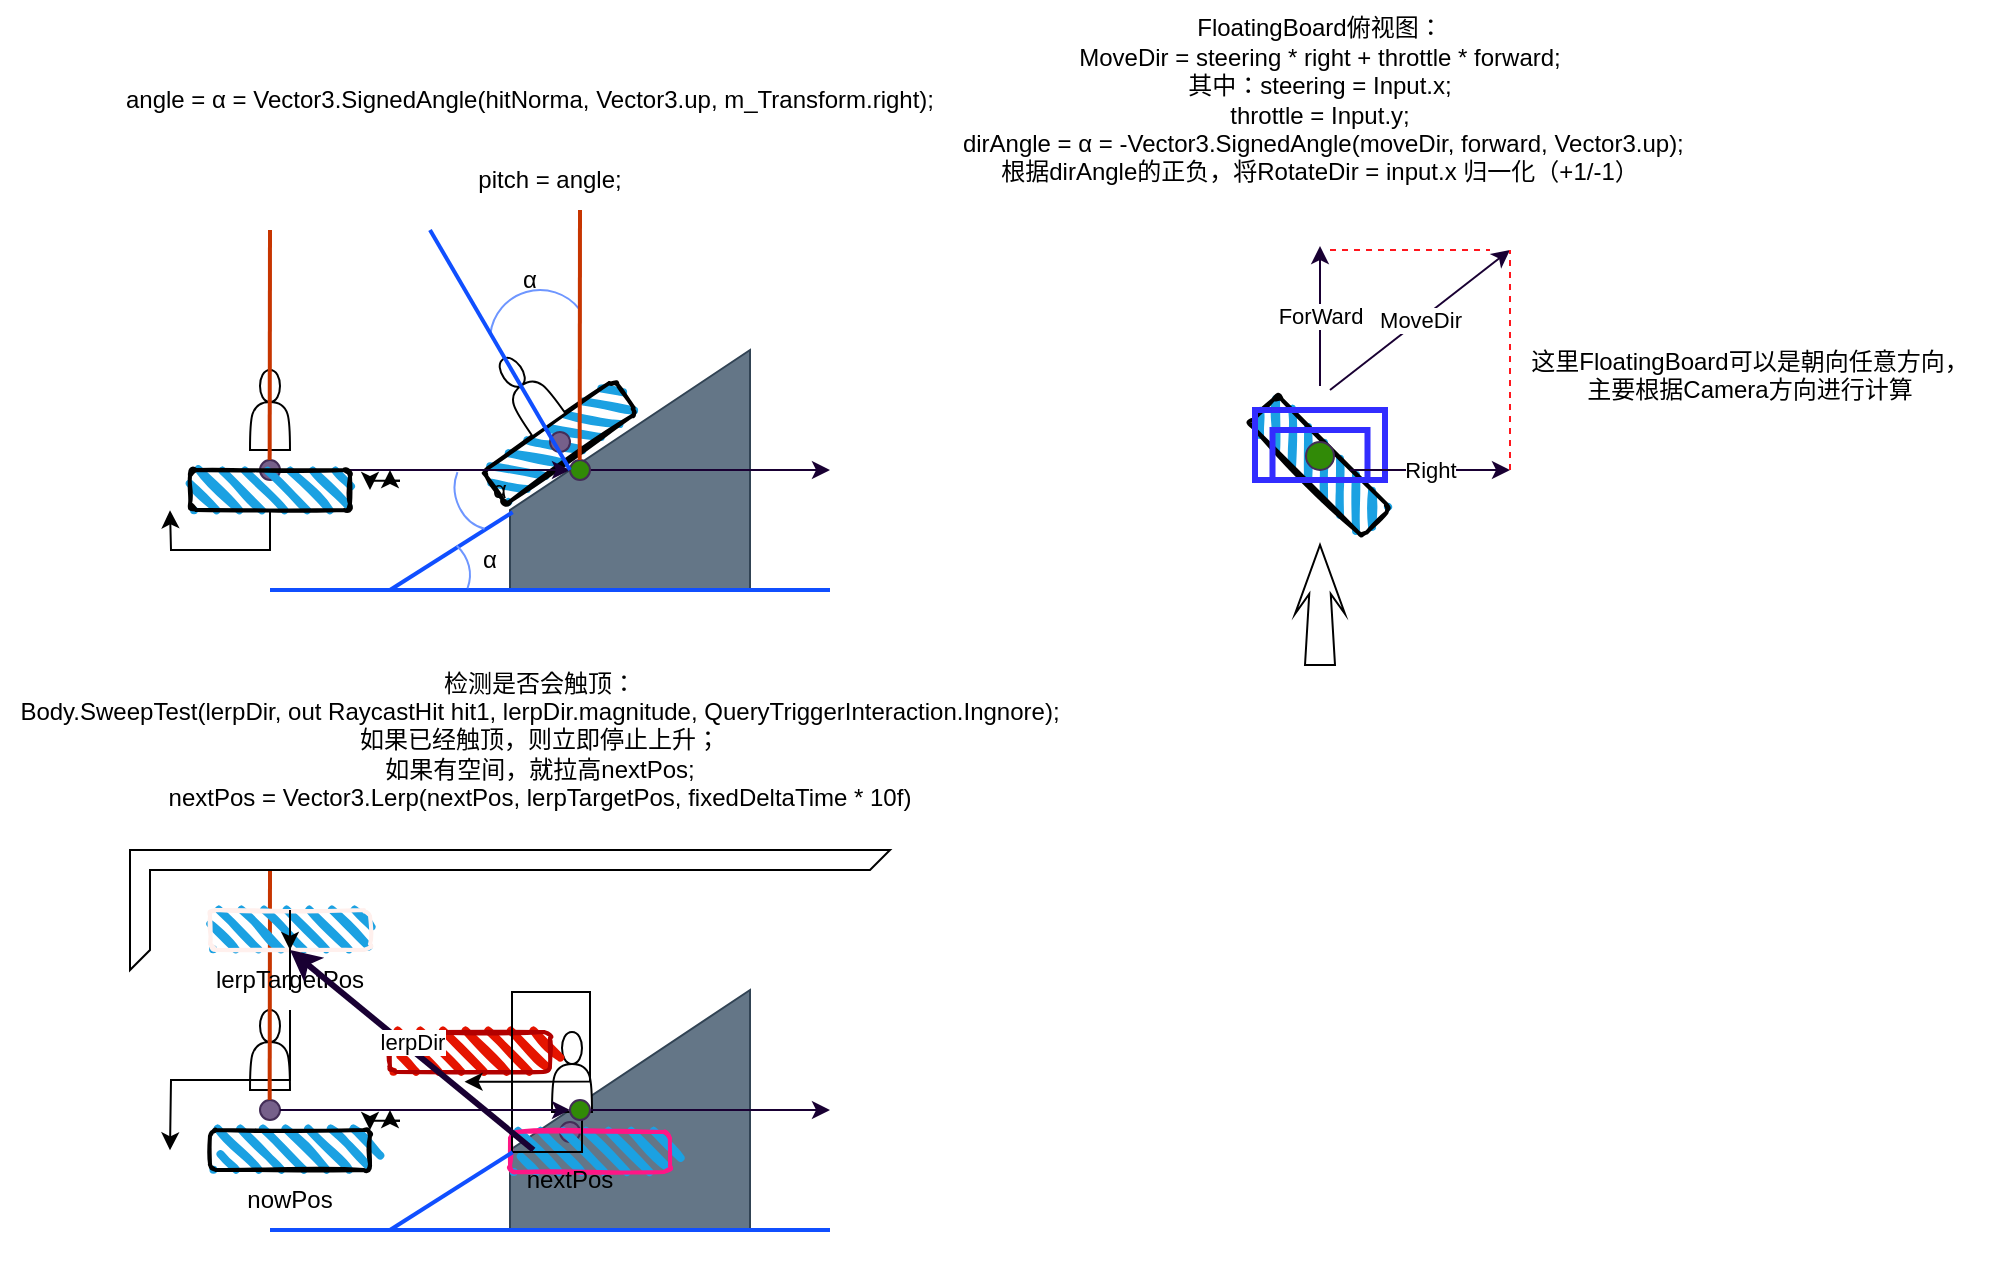
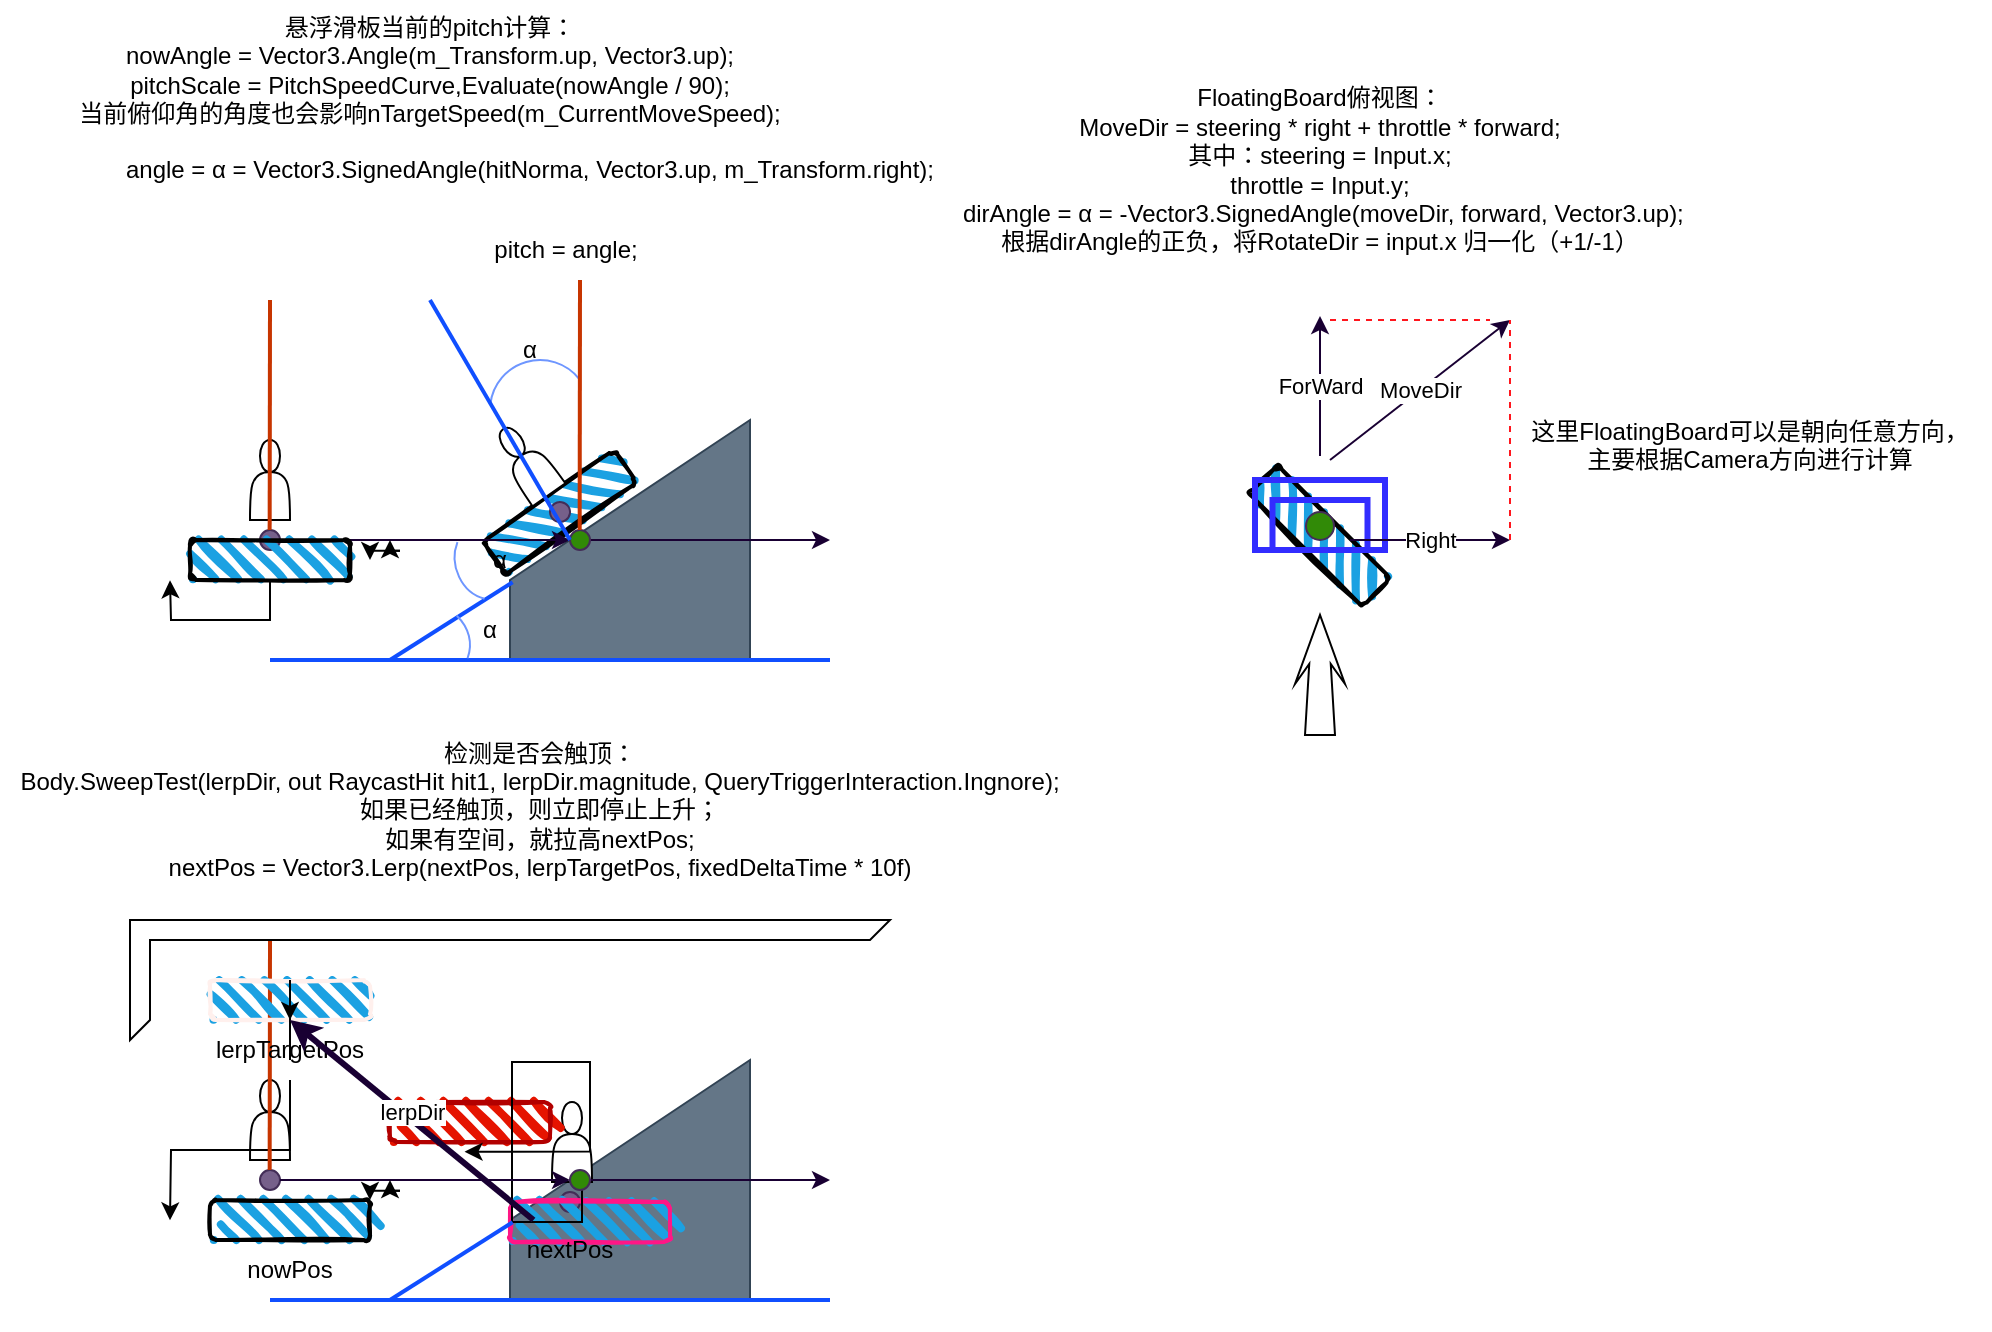
<mxfile host="app.diagrams.net">
  <diagram name="第 1 页" id="Z0DC_knzU1L9sbGcegjl">
-     <mxGraphModel dx="1338" dy="327" grid="1" gridSize="10" guides="1" tooltips="1" connect="1" arrows="1" fold="1" page="1" pageScale="1" pageWidth="827" pageHeight="1169" background="light-dark(#FFFFFF,#FFFFFF)" math="0" shadow="0">
+     <mxGraphModel dx="1557" dy="1636" grid="1" gridSize="10" guides="1" tooltips="1" connect="1" arrows="1" fold="1" page="1" pageScale="1" pageWidth="827" pageHeight="1169" background="light-dark(#FFFFFF,#FFFFFF)" math="0" shadow="0">
      <root>
        <mxCell id="0" />
        <mxCell id="1" parent="0" />
        <mxCell id="fx_5rI_hlLQzRWBr8DUU-49" parent="1" style="text;html=1;whiteSpace=wrap;strokeColor=none;fillColor=none;align=center;verticalAlign=middle;rounded=0;autosize=1;resizable=0;fontColor=light-dark(#000000, #080808);" value="angle = α = Vector3.SignedAngle(hitNorma, Vector3.up, m_Transform.right);" vertex="1">
          <mxGeometry height="30" width="430" x="35" y="60" as="geometry" />
        </mxCell>
        <mxCell id="fx_5rI_hlLQzRWBr8DUU-50" parent="1" style="text;html=1;whiteSpace=wrap;strokeColor=none;fillColor=none;align=center;verticalAlign=middle;rounded=0;autosize=1;resizable=0;fontColor=light-dark(#000000, #080808);" value="FloatingBoard俯视图：&lt;br&gt;MoveDir = steering * right + throttle * forward;&lt;div&gt;其中：steering = Input.x;&lt;br&gt;throttle = Input.y;&lt;/div&gt;&lt;div&gt;&lt;span style=&quot;background-color: transparent; color: light-dark(rgb(0, 0, 0), rgb(8, 8, 8));&quot;&gt;&amp;nbsp;&lt;/span&gt;&lt;span style=&quot;background-color: transparent; color: light-dark(rgb(0, 0, 0), rgb(8, 8, 8));&quot;&gt;dirAngle =&amp;nbsp;&lt;/span&gt;α = -Vector3.SignedAngle(moveDir, forward, Vector3.up);&lt;br&gt;根据dirAngle的正负，将RotateDir = input.x 归一化（+1/-1）&lt;/div&gt;" vertex="1">
          <mxGeometry height="100" width="390" x="450" y="25" as="geometry" />
        </mxCell>
        <mxCell id="fx_5rI_hlLQzRWBr8DUU-58" connectable="0" parent="1" style="group;rotation=-90;" value="" vertex="1">
          <mxGeometry height="35" width="210" x="540" y="240" as="geometry" />
        </mxCell>
        <mxCell id="fx_5rI_hlLQzRWBr8DUU-4" parent="fx_5rI_hlLQzRWBr8DUU-58" style="rounded=1;whiteSpace=wrap;html=1;strokeWidth=2;fillWeight=4;hachureGap=8;hachureAngle=45;fillColor=#1ba1e2;sketch=1;rotation=-135;" value="" vertex="1">
          <mxGeometry height="20" width="80" x="65" y="8" as="geometry" />
        </mxCell>
        <mxCell id="fx_5rI_hlLQzRWBr8DUU-54" parent="fx_5rI_hlLQzRWBr8DUU-58" style="html=1;shadow=0;dashed=0;align=center;verticalAlign=middle;shape=mxgraph.arrows2.stylisedArrow;dy=0.57;dx=24.48;notch=0;feather=0.4;rotation=-90;" value="" vertex="1">
          <mxGeometry height="25" width="60" x="75" y="75" as="geometry" />
        </mxCell>
        <mxCell id="fx_5rI_hlLQzRWBr8DUU-56" edge="1" parent="fx_5rI_hlLQzRWBr8DUU-58" style="endArrow=classic;html=1;rounded=0;endFill=1;strokeWidth=1;strokeColor=light-dark(#190033,#000033);" value="ForWard">
          <mxGeometry height="50" relative="1" width="50" as="geometry">
            <mxPoint x="105" y="-22" as="sourcePoint" />
            <mxPoint x="105" y="-92" as="targetPoint" />
          </mxGeometry>
        </mxCell>
        <mxCell id="fx_5rI_hlLQzRWBr8DUU-109" parent="fx_5rI_hlLQzRWBr8DUU-58" style="verticalLabelPosition=bottom;verticalAlign=top;html=1;shape=mxgraph.basic.rect;fillColor2=none;strokeWidth=3;size=20;indent=5;fillColor=none;strokeColor=#322DFF;" value="" vertex="1">
          <mxGeometry height="35" width="65" x="72.5" y="-10" as="geometry" />
        </mxCell>
        <mxCell id="fx_5rI_hlLQzRWBr8DUU-111" parent="fx_5rI_hlLQzRWBr8DUU-58" style="verticalLabelPosition=bottom;verticalAlign=top;html=1;shape=mxgraph.basic.rect;fillColor2=none;strokeWidth=3;size=20;indent=5;fillColor=none;strokeColor=#322DFF;" value="" vertex="1">
          <mxGeometry height="25" width="47.5" x="81.25" as="geometry" />
        </mxCell>
        <mxCell id="fx_5rI_hlLQzRWBr8DUU-112" parent="fx_5rI_hlLQzRWBr8DUU-58" style="ellipse;whiteSpace=wrap;html=1;aspect=fixed;strokeColor=#432D57;fillColor=#318A07;fontColor=#ffffff;" value="" vertex="1">
          <mxGeometry height="14" width="14" x="98" y="6" as="geometry" />
        </mxCell>
-         <mxCell id="fx_5rI_hlLQzRWBr8DUU-60" parent="1" style="text;html=1;whiteSpace=wrap;strokeColor=none;fillColor=none;align=center;verticalAlign=middle;rounded=0;autosize=1;resizable=0;fontColor=light-dark(#000000, #080808);" value="pitch = angle;" vertex="1">
-           <mxGeometry height="30" width="100" x="210" y="100" as="geometry" />
+         <mxCell id="fx_5rI_hlLQzRWBr8DUU-60" parent="1" style="text;html=1;whiteSpace=wrap;strokeColor=none;fillColor=none;align=center;verticalAlign=middle;rounded=0;autosize=1;resizable=0;fontColor=light-dark(#000000, #080808);" value="悬浮滑板当前的pitch计算：&lt;div&gt;nowAngle = Vector3.Angle(m_Transform.up, Vector3.up);&lt;/div&gt;&lt;div&gt;pitchScale = PitchSpeedCurve,Evaluate(nowAngle / 90);&lt;/div&gt;&lt;div&gt;当前俯仰角的角度也会影响nTargetSpeed(m_CurrentMoveSpeed);&lt;/div&gt;" vertex="1">
+           <mxGeometry height="70" width="370" x="15" y="-10" as="geometry" />
        </mxCell>
        <mxCell id="fx_5rI_hlLQzRWBr8DUU-61" edge="1" parent="1" style="endArrow=classic;html=1;rounded=0;endFill=1;strokeWidth=1;strokeColor=light-dark(#190033,#000033);" value="Right">
          <mxGeometry height="50" relative="1" width="50" as="geometry">
            <mxPoint x="660" y="260" as="sourcePoint" />
            <mxPoint x="740" y="260" as="targetPoint" />
          </mxGeometry>
        </mxCell>
        <mxCell id="fx_5rI_hlLQzRWBr8DUU-62" edge="1" parent="1" style="endArrow=classic;html=1;rounded=0;endFill=1;strokeWidth=1;strokeColor=light-dark(#190033,#000033);" value="MoveDir">
          <mxGeometry height="50" relative="1" width="50" as="geometry">
            <mxPoint x="650" y="220" as="sourcePoint" />
            <mxPoint x="740" y="150" as="targetPoint" />
          </mxGeometry>
        </mxCell>
        <mxCell id="fx_5rI_hlLQzRWBr8DUU-63" edge="1" parent="1" style="endArrow=none;dashed=1;html=1;rounded=0;strokeColor=#FF161D;fillColor=#76608a;" value="">
          <mxGeometry height="50" relative="1" width="50" as="geometry">
            <mxPoint x="650" y="150" as="sourcePoint" />
            <mxPoint x="730" y="150" as="targetPoint" />
          </mxGeometry>
        </mxCell>
        <mxCell id="fx_5rI_hlLQzRWBr8DUU-64" edge="1" parent="1" style="endArrow=none;dashed=1;html=1;rounded=0;strokeColor=#FF161D;fillColor=#76608a;" value="">
          <mxGeometry height="50" relative="1" width="50" as="geometry">
            <mxPoint x="740" y="260" as="sourcePoint" />
            <mxPoint x="740" y="150" as="targetPoint" />
          </mxGeometry>
        </mxCell>
        <mxCell id="fx_5rI_hlLQzRWBr8DUU-65" connectable="0" parent="1" style="group" value="" vertex="1">
          <mxGeometry height="205" width="320" x="80" y="130" as="geometry" />
        </mxCell>
        <mxCell id="fx_5rI_hlLQzRWBr8DUU-37" connectable="0" parent="fx_5rI_hlLQzRWBr8DUU-65" style="group;rotation=-35;" value="" vertex="1">
          <mxGeometry height="70" width="80" x="130" y="60" as="geometry" />
        </mxCell>
        <mxCell id="fx_5rI_hlLQzRWBr8DUU-38" parent="fx_5rI_hlLQzRWBr8DUU-37" style="rounded=1;whiteSpace=wrap;html=1;strokeWidth=2;fillWeight=4;hachureGap=8;hachureAngle=45;fillColor=#1ba1e2;sketch=1;rotation=-35;" value="" vertex="1">
          <mxGeometry height="20" width="80" x="15" y="46" as="geometry" />
        </mxCell>
        <mxCell id="fx_5rI_hlLQzRWBr8DUU-39" parent="fx_5rI_hlLQzRWBr8DUU-37" style="shape=actor;whiteSpace=wrap;html=1;rotation=-35;" value="" vertex="1">
          <mxGeometry height="40" width="20" x="28" y="11" as="geometry" />
        </mxCell>
        <mxCell id="fx_5rI_hlLQzRWBr8DUU-40" parent="fx_5rI_hlLQzRWBr8DUU-37" style="ellipse;whiteSpace=wrap;html=1;aspect=fixed;strokeColor=#432D57;fillColor=#76608a;fontColor=#ffffff;rotation=-35;" value="" vertex="1">
          <mxGeometry height="10" width="10" x="50" y="51" as="geometry" />
        </mxCell>
        <mxCell id="fx_5rI_hlLQzRWBr8DUU-41" parent="fx_5rI_hlLQzRWBr8DUU-37" style="shape=mxgraph.basic.arc;html=1;startAngle=0.7682831795977167;endAngle=0.14289333360926398;endArrow=classic;endFill=1;fontColor=light-dark(default, #bb2a2a);strokeColor=#6E96FF;rotation=0;" value="" vertex="1">
          <mxGeometry height="50" width="50" x="20" y="-20" as="geometry" />
        </mxCell>
        <mxCell id="fx_5rI_hlLQzRWBr8DUU-6" parent="fx_5rI_hlLQzRWBr8DUU-65" style="shape=manualInput;boundedLbl=1;whiteSpace=wrap;html=1;size=80;fillColor=#647687;fontColor=#ffffff;strokeColor=#314354;" value="" vertex="1">
          <mxGeometry height="120" width="120" x="160" y="70" as="geometry" />
        </mxCell>
        <mxCell id="fx_5rI_hlLQzRWBr8DUU-7" connectable="0" parent="fx_5rI_hlLQzRWBr8DUU-65" style="group" value="" vertex="1">
          <mxGeometry height="70" width="80" y="70" as="geometry" />
        </mxCell>
        <mxCell id="fx_5rI_hlLQzRWBr8DUU-5" parent="fx_5rI_hlLQzRWBr8DUU-7" style="shape=actor;whiteSpace=wrap;html=1;" value="" vertex="1">
          <mxGeometry height="40" width="20" x="30" y="10" as="geometry" />
        </mxCell>
        <mxCell id="fx_5rI_hlLQzRWBr8DUU-15" parent="fx_5rI_hlLQzRWBr8DUU-7" style="ellipse;whiteSpace=wrap;html=1;aspect=fixed;strokeColor=#432D57;fillColor=#76608a;fontColor=#ffffff;" value="" vertex="1">
          <mxGeometry height="10" width="10" x="35" y="55" as="geometry" />
        </mxCell>
        <mxCell id="fx_5rI_hlLQzRWBr8DUU-52" edge="1" parent="fx_5rI_hlLQzRWBr8DUU-7" source="fx_5rI_hlLQzRWBr8DUU-51" style="edgeStyle=orthogonalEdgeStyle;rounded=0;orthogonalLoop=1;jettySize=auto;html=1;exitX=0.5;exitY=1;exitDx=0;exitDy=0;">
          <mxGeometry relative="1" as="geometry">
            <mxPoint x="-10" y="80.14285714285711" as="targetPoint" />
          </mxGeometry>
        </mxCell>
        <mxCell id="fx_5rI_hlLQzRWBr8DUU-14" edge="1" parent="fx_5rI_hlLQzRWBr8DUU-65" source="fx_5rI_hlLQzRWBr8DUU-18" style="endArrow=classic;html=1;rounded=0;endFill=1;strokeWidth=1;strokeColor=light-dark(#190033,#000033);exitX=1;exitY=0.5;exitDx=0;exitDy=0;" value="">
          <mxGeometry height="50" relative="1" width="50" as="geometry">
            <mxPoint x="120" y="129.86" as="sourcePoint" />
            <mxPoint x="320" y="130" as="targetPoint" />
          </mxGeometry>
        </mxCell>
        <mxCell id="fx_5rI_hlLQzRWBr8DUU-18" parent="fx_5rI_hlLQzRWBr8DUU-65" style="ellipse;whiteSpace=wrap;html=1;aspect=fixed;strokeColor=#432D57;fillColor=#318A07;fontColor=#ffffff;" value="" vertex="1">
          <mxGeometry height="10" width="10" x="190" y="125" as="geometry" />
        </mxCell>
        <mxCell id="fx_5rI_hlLQzRWBr8DUU-19" edge="1" parent="fx_5rI_hlLQzRWBr8DUU-65" source="fx_5rI_hlLQzRWBr8DUU-15" style="endArrow=classic;html=1;rounded=0;endFill=1;strokeWidth=1;strokeColor=light-dark(#190033,#000033);exitX=1;exitY=0.5;exitDx=0;exitDy=0;" target="fx_5rI_hlLQzRWBr8DUU-18" value="">
          <mxGeometry height="50" relative="1" width="50" as="geometry">
            <mxPoint x="45" y="130" as="sourcePoint" />
            <mxPoint x="320" y="130" as="targetPoint" />
          </mxGeometry>
        </mxCell>
        <mxCell id="fx_5rI_hlLQzRWBr8DUU-21" edge="1" parent="fx_5rI_hlLQzRWBr8DUU-65" style="endArrow=none;html=1;rounded=0;fillColor=#FFE5FC;strokeWidth=2;strokeColor=#104FFF;" value="">
          <mxGeometry height="50" relative="1" width="50" as="geometry">
            <mxPoint x="190" y="130" as="sourcePoint" />
            <mxPoint x="120" y="10" as="targetPoint" />
          </mxGeometry>
        </mxCell>
        <mxCell id="fx_5rI_hlLQzRWBr8DUU-24" edge="1" parent="fx_5rI_hlLQzRWBr8DUU-65" source="fx_5rI_hlLQzRWBr8DUU-6" style="endArrow=none;html=1;rounded=0;fillColor=#FFE5FC;strokeWidth=2;strokeColor=#104FFF;exitX=0.011;exitY=0.676;exitDx=0;exitDy=0;exitPerimeter=0;" value="">
          <mxGeometry height="50" relative="1" width="50" as="geometry">
            <mxPoint x="130" y="200" as="sourcePoint" />
            <mxPoint x="100" y="190" as="targetPoint" />
          </mxGeometry>
        </mxCell>
        <mxCell id="fx_5rI_hlLQzRWBr8DUU-25" edge="1" parent="fx_5rI_hlLQzRWBr8DUU-65" style="endArrow=none;html=1;rounded=0;fillColor=#fa6800;strokeWidth=2;strokeColor=#C73500;" value="">
          <mxGeometry height="50" relative="1" width="50" as="geometry">
            <mxPoint x="39.83000000000001" y="125" as="sourcePoint" />
            <mxPoint x="40" y="10" as="targetPoint" />
          </mxGeometry>
        </mxCell>
        <mxCell id="fx_5rI_hlLQzRWBr8DUU-26" edge="1" parent="fx_5rI_hlLQzRWBr8DUU-65" style="endArrow=none;html=1;rounded=0;fillColor=#fa6800;strokeWidth=2;strokeColor=#C73500;" value="">
          <mxGeometry height="50" relative="1" width="50" as="geometry">
            <mxPoint x="194.83000000000004" y="125" as="sourcePoint" />
            <mxPoint x="195" as="targetPoint" />
          </mxGeometry>
        </mxCell>
        <mxCell id="fx_5rI_hlLQzRWBr8DUU-28" edge="1" parent="fx_5rI_hlLQzRWBr8DUU-65" style="endArrow=none;html=1;rounded=0;fillColor=#FFE5FC;strokeWidth=2;strokeColor=light-dark(#104FFF, #000000);" value="">
          <mxGeometry height="50" relative="1" width="50" as="geometry">
            <mxPoint x="320" y="190" as="sourcePoint" />
            <mxPoint x="40" y="190" as="targetPoint" />
          </mxGeometry>
        </mxCell>
        <mxCell id="fx_5rI_hlLQzRWBr8DUU-31" parent="fx_5rI_hlLQzRWBr8DUU-65" style="text;html=1;whiteSpace=wrap;strokeColor=none;fillColor=none;align=center;verticalAlign=middle;rounded=0;autosize=1;resizable=0;fontColor=light-dark(#000000, #080808);" value="α" vertex="1">
          <mxGeometry height="30" width="30" x="135" y="160" as="geometry" />
        </mxCell>
        <mxCell id="fx_5rI_hlLQzRWBr8DUU-33" parent="fx_5rI_hlLQzRWBr8DUU-65" style="text;html=1;whiteSpace=wrap;strokeColor=none;fillColor=none;align=center;verticalAlign=middle;rounded=0;autosize=1;resizable=0;fontColor=light-dark(#000000, #080808);" value="α" vertex="1">
          <mxGeometry height="30" width="30" x="140" y="125" as="geometry" />
        </mxCell>
        <mxCell id="fx_5rI_hlLQzRWBr8DUU-35" parent="fx_5rI_hlLQzRWBr8DUU-65" style="text;html=1;whiteSpace=wrap;strokeColor=none;fillColor=none;align=center;verticalAlign=middle;rounded=0;autosize=1;resizable=0;fontColor=light-dark(#000000, #080808);" value="α" vertex="1">
          <mxGeometry height="30" width="30" x="155" y="20" as="geometry" />
        </mxCell>
        <mxCell id="fx_5rI_hlLQzRWBr8DUU-43" edge="1" parent="fx_5rI_hlLQzRWBr8DUU-65" style="edgeStyle=orthogonalEdgeStyle;rounded=0;orthogonalLoop=1;jettySize=auto;html=1;">
          <mxGeometry relative="1" as="geometry">
            <mxPoint x="105" y="135.35533905932732" as="sourcePoint" />
            <mxPoint x="100" y="130" as="targetPoint" />
          </mxGeometry>
        </mxCell>
        <mxCell id="fx_5rI_hlLQzRWBr8DUU-44" edge="1" parent="fx_5rI_hlLQzRWBr8DUU-65" style="edgeStyle=orthogonalEdgeStyle;rounded=0;orthogonalLoop=1;jettySize=auto;html=1;">
          <mxGeometry relative="1" as="geometry">
            <mxPoint x="105" y="135.35533905932732" as="sourcePoint" />
            <mxPoint x="90" y="140" as="targetPoint" />
          </mxGeometry>
        </mxCell>
        <mxCell id="fx_5rI_hlLQzRWBr8DUU-45" parent="fx_5rI_hlLQzRWBr8DUU-65" style="shape=mxgraph.basic.arc;html=1;startAngle=0.822107692393224;endAngle=0.11112848892826835;endArrow=classic;endFill=1;fontColor=light-dark(default, #bb2a2a);strokeColor=#6E96FF;rotation=-105;" value="" vertex="1">
          <mxGeometry height="35" width="40" x="130" y="122.49999999999997" as="geometry" />
        </mxCell>
        <mxCell id="fx_5rI_hlLQzRWBr8DUU-47" parent="fx_5rI_hlLQzRWBr8DUU-65" style="shape=mxgraph.basic.arc;html=1;startAngle=0.20235438405496714;endAngle=0.3627813740139013;endArrow=classic;endFill=1;fontColor=light-dark(default, #bb2a2a);strokeColor=#6E96FF;rotation=-180;flipH=1;legacyAnchorPoints=0;" value="" vertex="1">
          <mxGeometry height="45" width="55" x="85" y="160" as="geometry" />
        </mxCell>
        <mxCell id="fx_5rI_hlLQzRWBr8DUU-51" parent="fx_5rI_hlLQzRWBr8DUU-65" style="rounded=1;whiteSpace=wrap;html=1;strokeWidth=2;fillWeight=4;hachureGap=8;hachureAngle=45;fillColor=#1ba1e2;sketch=1;" value="" vertex="1">
          <mxGeometry height="20" width="80" y="130" as="geometry" />
        </mxCell>
        <mxCell id="fx_5rI_hlLQzRWBr8DUU-66" connectable="0" parent="1" style="group" value="" vertex="1">
          <mxGeometry height="205" width="355" x="80" y="450" as="geometry" />
        </mxCell>
        <mxCell id="fx_5rI_hlLQzRWBr8DUU-104" connectable="0" parent="fx_5rI_hlLQzRWBr8DUU-66" style="group" value="" vertex="1">
          <mxGeometry height="180" width="350" y="10" as="geometry" />
        </mxCell>
        <mxCell id="fx_5rI_hlLQzRWBr8DUU-72" parent="fx_5rI_hlLQzRWBr8DUU-104" style="shape=manualInput;boundedLbl=1;whiteSpace=wrap;html=1;size=80;fillColor=#647687;fontColor=#ffffff;strokeColor=#314354;" value="" vertex="1">
          <mxGeometry height="120" width="120" x="160" y="60" as="geometry" />
        </mxCell>
        <mxCell id="fx_5rI_hlLQzRWBr8DUU-67" connectable="0" parent="fx_5rI_hlLQzRWBr8DUU-104" style="group;rotation=0;" value="" vertex="1">
          <mxGeometry height="70" width="80" x="150" y="70" as="geometry" />
        </mxCell>
        <mxCell id="fx_5rI_hlLQzRWBr8DUU-69" parent="fx_5rI_hlLQzRWBr8DUU-67" style="shape=actor;whiteSpace=wrap;html=1;rotation=0;" value="" vertex="1">
          <mxGeometry height="40" width="20" x="31" y="11" as="geometry" />
        </mxCell>
        <mxCell id="fx_5rI_hlLQzRWBr8DUU-70" parent="fx_5rI_hlLQzRWBr8DUU-67" style="ellipse;whiteSpace=wrap;html=1;aspect=fixed;strokeColor=#432D57;fillColor=#76608a;fontColor=#ffffff;rotation=0;" value="" vertex="1">
          <mxGeometry height="10" width="10" x="35" y="56" as="geometry" />
        </mxCell>
        <mxCell id="fx_5rI_hlLQzRWBr8DUU-103" parent="fx_5rI_hlLQzRWBr8DUU-67" style="rounded=1;whiteSpace=wrap;html=1;strokeWidth=2;fillWeight=4;hachureGap=8;hachureAngle=45;fillColor=#1ba1e2;sketch=1;rotation=0;strokeColor=#FF1686;" value="" vertex="1">
          <mxGeometry height="20" width="80" x="10" y="61" as="geometry" />
        </mxCell>
        <mxCell id="fx_5rI_hlLQzRWBr8DUU-68" parent="fx_5rI_hlLQzRWBr8DUU-67" style="rounded=1;whiteSpace=wrap;html=1;strokeWidth=2;fillWeight=4;hachureGap=8;hachureAngle=45;fillColor=#e51400;sketch=1;rotation=0;strokeColor=#B20000;fontColor=#ffffff;" value="" vertex="1">
          <mxGeometry height="20" width="80" x="-50" y="11" as="geometry" />
        </mxCell>
        <mxCell id="fx_5rI_hlLQzRWBr8DUU-93" edge="1" parent="fx_5rI_hlLQzRWBr8DUU-67" source="fx_5rI_hlLQzRWBr8DUU-69" style="edgeStyle=orthogonalEdgeStyle;rounded=0;orthogonalLoop=1;jettySize=auto;html=1;exitX=0.75;exitY=1;exitDx=0;exitDy=0;entryX=0.466;entryY=1.242;entryDx=0;entryDy=0;entryPerimeter=0;" target="fx_5rI_hlLQzRWBr8DUU-68">
          <mxGeometry relative="1" as="geometry" />
        </mxCell>
        <mxCell id="fx_5rI_hlLQzRWBr8DUU-73" connectable="0" parent="fx_5rI_hlLQzRWBr8DUU-104" style="group" value="" vertex="1">
          <mxGeometry height="70" width="85" y="60" as="geometry" />
        </mxCell>
        <mxCell id="fx_5rI_hlLQzRWBr8DUU-74" parent="fx_5rI_hlLQzRWBr8DUU-73" style="shape=actor;whiteSpace=wrap;html=1;" value="" vertex="1">
          <mxGeometry height="40" width="20" x="30" y="10" as="geometry" />
        </mxCell>
        <mxCell id="fx_5rI_hlLQzRWBr8DUU-75" parent="fx_5rI_hlLQzRWBr8DUU-73" style="ellipse;whiteSpace=wrap;html=1;aspect=fixed;strokeColor=#432D57;fillColor=#76608a;fontColor=#ffffff;" value="" vertex="1">
          <mxGeometry height="10" width="10" x="35" y="55" as="geometry" />
        </mxCell>
        <mxCell id="fx_5rI_hlLQzRWBr8DUU-76" edge="1" parent="fx_5rI_hlLQzRWBr8DUU-73" source="fx_5rI_hlLQzRWBr8DUU-97" style="edgeStyle=orthogonalEdgeStyle;rounded=0;orthogonalLoop=1;jettySize=auto;html=1;exitX=0.5;exitY=1;exitDx=0;exitDy=0;">
          <mxGeometry relative="1" as="geometry">
            <mxPoint x="-10" y="80.14285714285711" as="targetPoint" />
          </mxGeometry>
        </mxCell>
        <mxCell id="fx_5rI_hlLQzRWBr8DUU-77" edge="1" parent="fx_5rI_hlLQzRWBr8DUU-104" source="fx_5rI_hlLQzRWBr8DUU-78" style="endArrow=classic;html=1;rounded=0;endFill=1;strokeWidth=1;strokeColor=light-dark(#190033,#000033);exitX=1;exitY=0.5;exitDx=0;exitDy=0;" value="">
          <mxGeometry height="50" relative="1" width="50" as="geometry">
            <mxPoint x="120" y="119.86000000000001" as="sourcePoint" />
            <mxPoint x="320" y="120" as="targetPoint" />
          </mxGeometry>
        </mxCell>
        <mxCell id="fx_5rI_hlLQzRWBr8DUU-78" parent="fx_5rI_hlLQzRWBr8DUU-104" style="ellipse;whiteSpace=wrap;html=1;aspect=fixed;strokeColor=#432D57;fillColor=#318A07;fontColor=#ffffff;" value="" vertex="1">
          <mxGeometry height="10" width="10" x="190" y="115" as="geometry" />
        </mxCell>
        <mxCell id="fx_5rI_hlLQzRWBr8DUU-79" edge="1" parent="fx_5rI_hlLQzRWBr8DUU-104" source="fx_5rI_hlLQzRWBr8DUU-75" style="endArrow=classic;html=1;rounded=0;endFill=1;strokeWidth=1;strokeColor=light-dark(#190033,#000033);exitX=1;exitY=0.5;exitDx=0;exitDy=0;" target="fx_5rI_hlLQzRWBr8DUU-78" value="">
          <mxGeometry height="50" relative="1" width="50" as="geometry">
            <mxPoint x="45" y="120" as="sourcePoint" />
            <mxPoint x="320" y="120" as="targetPoint" />
          </mxGeometry>
        </mxCell>
        <mxCell id="fx_5rI_hlLQzRWBr8DUU-81" edge="1" parent="fx_5rI_hlLQzRWBr8DUU-104" source="fx_5rI_hlLQzRWBr8DUU-72" style="endArrow=none;html=1;rounded=0;fillColor=#FFE5FC;strokeWidth=2;strokeColor=#104FFF;exitX=0.011;exitY=0.676;exitDx=0;exitDy=0;exitPerimeter=0;" value="">
          <mxGeometry height="50" relative="1" width="50" as="geometry">
            <mxPoint x="130" y="190" as="sourcePoint" />
            <mxPoint x="100" y="180" as="targetPoint" />
          </mxGeometry>
        </mxCell>
        <mxCell id="fx_5rI_hlLQzRWBr8DUU-82" edge="1" parent="fx_5rI_hlLQzRWBr8DUU-104" style="endArrow=none;html=1;rounded=0;fillColor=#fa6800;strokeWidth=2;strokeColor=#C73500;" value="">
          <mxGeometry height="50" relative="1" width="50" as="geometry">
            <mxPoint x="39.83000000000001" y="115" as="sourcePoint" />
            <mxPoint x="40" as="targetPoint" />
          </mxGeometry>
        </mxCell>
        <mxCell id="fx_5rI_hlLQzRWBr8DUU-84" edge="1" parent="fx_5rI_hlLQzRWBr8DUU-104" style="endArrow=none;html=1;rounded=0;fillColor=#FFE5FC;strokeWidth=2;strokeColor=light-dark(#104FFF, #000000);" value="">
          <mxGeometry height="50" relative="1" width="50" as="geometry">
            <mxPoint x="320" y="180" as="sourcePoint" />
            <mxPoint x="40" y="180" as="targetPoint" />
          </mxGeometry>
        </mxCell>
        <mxCell id="fx_5rI_hlLQzRWBr8DUU-88" edge="1" parent="fx_5rI_hlLQzRWBr8DUU-104" style="edgeStyle=orthogonalEdgeStyle;rounded=0;orthogonalLoop=1;jettySize=auto;html=1;">
          <mxGeometry relative="1" as="geometry">
            <mxPoint x="105" y="125.35533905932732" as="sourcePoint" />
            <mxPoint x="100" y="120" as="targetPoint" />
          </mxGeometry>
        </mxCell>
        <mxCell id="fx_5rI_hlLQzRWBr8DUU-89" edge="1" parent="fx_5rI_hlLQzRWBr8DUU-104" style="edgeStyle=orthogonalEdgeStyle;rounded=0;orthogonalLoop=1;jettySize=auto;html=1;">
          <mxGeometry relative="1" as="geometry">
            <mxPoint x="105" y="125.35533905932732" as="sourcePoint" />
            <mxPoint x="90" y="130" as="targetPoint" />
          </mxGeometry>
        </mxCell>
        <mxCell id="fx_5rI_hlLQzRWBr8DUU-92" parent="fx_5rI_hlLQzRWBr8DUU-104" style="rounded=1;whiteSpace=wrap;html=1;strokeWidth=2;fillWeight=4;hachureGap=8;hachureAngle=45;fillColor=#1ba1e2;sketch=1;strokeColor=#FFF0ED;" value="" vertex="1">
          <mxGeometry height="20" width="80" x="10" y="20" as="geometry" />
        </mxCell>
        <mxCell id="fx_5rI_hlLQzRWBr8DUU-94" parent="fx_5rI_hlLQzRWBr8DUU-104" style="text;html=1;whiteSpace=wrap;strokeColor=none;fillColor=none;align=center;verticalAlign=middle;rounded=0;autosize=1;resizable=0;fontColor=light-dark(#000000, #080808);" value="nextPos" vertex="1">
          <mxGeometry height="30" width="70" x="155" y="140" as="geometry" />
        </mxCell>
        <mxCell id="fx_5rI_hlLQzRWBr8DUU-95" parent="fx_5rI_hlLQzRWBr8DUU-104" style="text;html=1;whiteSpace=wrap;strokeColor=none;fillColor=none;align=center;verticalAlign=middle;rounded=0;autosize=1;resizable=0;fontColor=light-dark(#000000, #080808);" value="nowPos" vertex="1">
          <mxGeometry height="30" width="70" x="15" y="150" as="geometry" />
        </mxCell>
        <mxCell id="fx_5rI_hlLQzRWBr8DUU-96" parent="fx_5rI_hlLQzRWBr8DUU-104" style="rounded=1;whiteSpace=wrap;html=1;strokeWidth=2;fillWeight=4;hachureGap=8;hachureAngle=45;fillColor=#1ba1e2;sketch=1;" value="" vertex="1">
          <mxGeometry height="20" width="80" x="10" y="130" as="geometry" />
        </mxCell>
        <mxCell id="fx_5rI_hlLQzRWBr8DUU-98" edge="1" parent="fx_5rI_hlLQzRWBr8DUU-104" source="fx_5rI_hlLQzRWBr8DUU-92" style="edgeStyle=orthogonalEdgeStyle;rounded=0;orthogonalLoop=1;jettySize=auto;html=1;exitX=0.5;exitY=1;exitDx=0;exitDy=0;" target="fx_5rI_hlLQzRWBr8DUU-97" value="">
          <mxGeometry relative="1" as="geometry">
            <mxPoint x="130" y="540" as="sourcePoint" />
            <mxPoint x="70" y="620.1428571428571" as="targetPoint" />
          </mxGeometry>
        </mxCell>
        <mxCell id="fx_5rI_hlLQzRWBr8DUU-97" parent="fx_5rI_hlLQzRWBr8DUU-104" style="text;html=1;whiteSpace=wrap;strokeColor=none;fillColor=none;align=center;verticalAlign=middle;rounded=0;autosize=1;resizable=0;fontColor=light-dark(#000000, #080808);" value="lerpTargetPos" vertex="1">
          <mxGeometry height="30" width="100" y="40" as="geometry" />
        </mxCell>
        <mxCell id="fx_5rI_hlLQzRWBr8DUU-100" edge="1" parent="fx_5rI_hlLQzRWBr8DUU-104" source="fx_5rI_hlLQzRWBr8DUU-94" style="endArrow=classic;html=1;rounded=0;endFill=1;strokeWidth=3;strokeColor=light-dark(#190033,#000033);entryX=0.5;entryY=0;entryDx=0;entryDy=0;" target="fx_5rI_hlLQzRWBr8DUU-97" value="">
          <mxGeometry height="50" relative="1" width="50" as="geometry">
            <mxPoint x="110" y="29.799999999999997" as="sourcePoint" />
            <mxPoint x="230" y="29.799999999999997" as="targetPoint" />
          </mxGeometry>
        </mxCell>
        <mxCell id="fx_5rI_hlLQzRWBr8DUU-101" connectable="0" parent="fx_5rI_hlLQzRWBr8DUU-100" style="edgeLabel;html=1;align=center;verticalAlign=middle;resizable=0;points=[];" value="lerpDir" vertex="1">
          <mxGeometry relative="1" x="0.0382" y="-3" as="geometry">
            <mxPoint as="offset" />
          </mxGeometry>
        </mxCell>
        <mxCell id="fx_5rI_hlLQzRWBr8DUU-105" parent="fx_5rI_hlLQzRWBr8DUU-104" style="verticalLabelPosition=bottom;verticalAlign=top;html=1;shape=mxgraph.basic.frame_corner;dx=10;whiteSpace=wrap;" value="" vertex="1">
          <mxGeometry height="60" width="380" x="-30" y="-10" as="geometry" />
        </mxCell>
        <mxCell id="fx_5rI_hlLQzRWBr8DUU-102" parent="1" style="text;html=1;whiteSpace=wrap;strokeColor=none;fillColor=none;align=center;verticalAlign=middle;rounded=0;autosize=1;resizable=0;fontColor=light-dark(#000000, #080808);" value="&lt;div&gt;检测是否会触顶：&lt;/div&gt;&lt;div&gt;Body.SweepTest(lerpDir, out RaycastHit hit1, lerpDir.magnitude, QueryTriggerInteraction.Ingnore);&lt;/div&gt;&lt;div&gt;如果已经触顶，则立即停止上升；&lt;/div&gt;&lt;div&gt;如果有空间，就拉高nextPos;&lt;/div&gt;nextPos = Vector3.Lerp(nextPos, lerpTargetPos, fixedDeltaTime * 10f)" vertex="1">
          <mxGeometry height="90" width="540" x="-15" y="350" as="geometry" />
        </mxCell>
        <mxCell id="fx_5rI_hlLQzRWBr8DUU-106" parent="1" style="text;html=1;whiteSpace=wrap;strokeColor=none;fillColor=none;align=center;verticalAlign=middle;rounded=0;autosize=1;resizable=0;fontColor=light-dark(#000000, #080808);" value="这里FloatingBoard可以是朝向任意方向，&lt;div&gt;主要根据Camera方向进行计算&lt;div&gt;&lt;br&gt;&lt;/div&gt;&lt;/div&gt;" vertex="1">
          <mxGeometry height="60" width="240" x="740" y="190" as="geometry" />
+         </mxCell>
+         <mxCell id="fx_5rI_hlLQzRWBr8DUU-113" parent="1" style="text;html=1;whiteSpace=wrap;strokeColor=none;fillColor=none;align=center;verticalAlign=middle;rounded=0;autosize=1;resizable=0;fontColor=light-dark(#000000, #080808);" value="pitch = angle;" vertex="1">
+           <mxGeometry height="30" width="100" x="217.5" y="100" as="geometry" />
        </mxCell>
      </root>
    </mxGraphModel>
  </diagram>
</mxfile>
